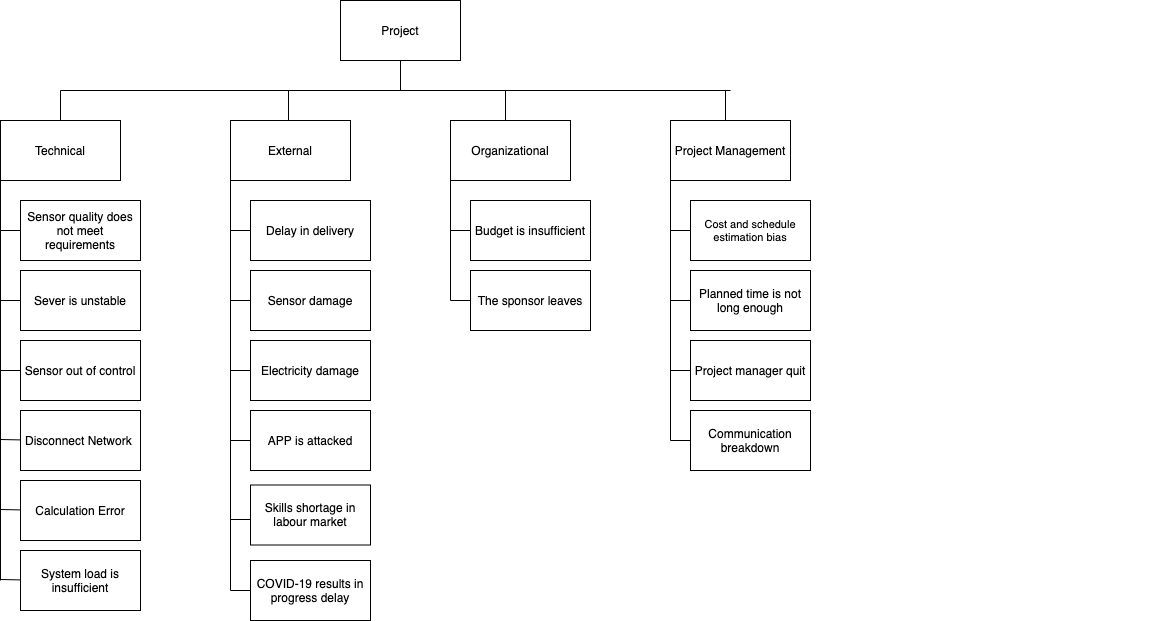
This is RBS.png from JYRoy/comp9820, a draw.io export, as it was before one commit. Source tidied: cells renumbered, new cells last; positions are measured from the earlier drawing's top-left corner, leaving out a move shared by most shapes.
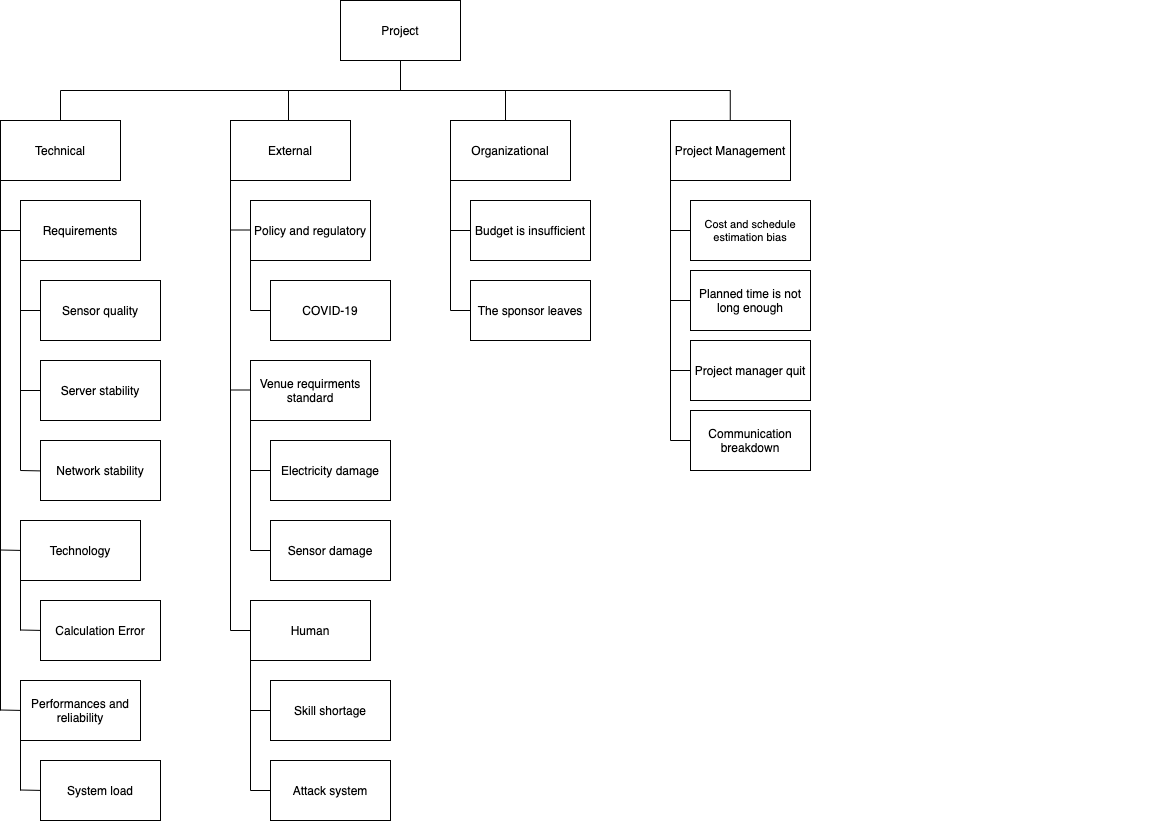
The same diagram one commit later.

Diff of the diagram source:
```diff
@@ -18,43 +18,34 @@
       <mxGeometry x="670" y="120" width="120" height="60" as="geometry" />
     </mxCell>
     <mxCell id="7" value="Sensor damage" style="rounded=0;whiteSpace=wrap;html=1;" parent="1" vertex="1">
-      <mxGeometry x="250" y="270" width="120" height="60" as="geometry" />
+      <mxGeometry x="270" y="520" width="120" height="60" as="geometry" />
     </mxCell>
-    <mxCell id="8" value="Sensor quality does not meet requirements" style="rounded=0;whiteSpace=wrap;html=1;" parent="1" vertex="1">
-      <mxGeometry x="20" y="200" width="120" height="60" as="geometry" />
+    <mxCell id="8" value="Sensor quality" style="rounded=0;whiteSpace=wrap;html=1;" parent="1" vertex="1">
+      <mxGeometry x="40" y="280" width="120" height="60" as="geometry" />
     </mxCell>
-    <mxCell id="9" value="Disconnect Network&amp;nbsp;" style="rounded=0;whiteSpace=wrap;html=1;" parent="1" vertex="1">
-      <mxGeometry x="20" y="410" width="120" height="60" as="geometry" />
+    <mxCell id="9" value="Network stability" style="rounded=0;whiteSpace=wrap;html=1;" parent="1" vertex="1">
+      <mxGeometry x="40" y="440" width="120" height="60" as="geometry" />
     </mxCell>
     <mxCell id="10" value="Calculation Error" style="rounded=0;whiteSpace=wrap;html=1;" parent="1" vertex="1">
-      <mxGeometry x="20" y="480" width="120" height="60" as="geometry" />
+      <mxGeometry x="40" y="600" width="120" height="60" as="geometry" />
     </mxCell>
-    <mxCell id="11" value="Sensor out of control" style="rounded=0;whiteSpace=wrap;html=1;" parent="1" vertex="1">
-      <mxGeometry x="20" y="340" width="120" height="60" as="geometry" />
-    </mxCell>
-    <mxCell id="12" value="Delay in delivery" style="rounded=0;whiteSpace=wrap;html=1;" parent="1" vertex="1">
-      <mxGeometry x="250" y="200" width="120" height="60" as="geometry" />
-    </mxCell>
-    <mxCell id="13" value="APP is attacked" style="rounded=0;whiteSpace=wrap;html=1;" parent="1" vertex="1">
-      <mxGeometry x="250" y="410" width="120" height="60" as="geometry" />
+    <mxCell id="13" value="Human" style="rounded=0;whiteSpace=wrap;html=1;" parent="1" vertex="1">
+      <mxGeometry x="250" y="600" width="120" height="60" as="geometry" />
     </mxCell>
     <mxCell id="14" value="Electricity damage" style="rounded=0;whiteSpace=wrap;html=1;" parent="1" vertex="1">
-      <mxGeometry x="250" y="340" width="120" height="60" as="geometry" />
+      <mxGeometry x="270" y="440" width="120" height="60" as="geometry" />
     </mxCell>
-    <mxCell id="15" value="Skills shortage in labour market" style="rounded=0;whiteSpace=wrap;html=1;" parent="1" vertex="1">
-      <mxGeometry x="250" y="484.5" width="120" height="60" as="geometry" />
-    </mxCell>
-    <mxCell id="16" value="COVID-19 results in progress delay" style="rounded=0;whiteSpace=wrap;html=1;" parent="1" vertex="1">
-      <mxGeometry x="250" y="560" width="120" height="60" as="geometry" />
+    <mxCell id="16" value="COVID-19" style="rounded=0;whiteSpace=wrap;html=1;" parent="1" vertex="1">
+      <mxGeometry x="270" y="280" width="120" height="60" as="geometry" />
     </mxCell>
     <mxCell id="17" value="Budget is insufficient" style="rounded=0;whiteSpace=wrap;html=1;" parent="1" vertex="1">
       <mxGeometry x="470" y="200" width="120" height="60" as="geometry" />
     </mxCell>
     <mxCell id="18" value="The sponsor leaves" style="rounded=0;whiteSpace=wrap;html=1;" parent="1" vertex="1">
-      <mxGeometry x="470" y="270" width="120" height="60" as="geometry" />
+      <mxGeometry x="470" y="280" width="120" height="60" as="geometry" />
     </mxCell>
-    <mxCell id="19" value="Sever is unstable" style="rounded=0;whiteSpace=wrap;html=1;" parent="1" vertex="1">
-      <mxGeometry x="20" y="270" width="120" height="60" as="geometry" />
+    <mxCell id="19" value="Server stability" style="rounded=0;whiteSpace=wrap;html=1;" parent="1" vertex="1">
+      <mxGeometry x="40" y="360" width="120" height="60" as="geometry" />
     </mxCell>
     <mxCell id="20" value="Planned time is not long enough" style="rounded=0;whiteSpace=wrap;html=1;" parent="1" vertex="1">
       <mxGeometry x="690" y="270" width="120" height="60" as="geometry" />
@@ -62,8 +53,8 @@
     <mxCell id="21" value="Project manager quit" style="rounded=0;whiteSpace=wrap;html=1;" parent="1" vertex="1">
       <mxGeometry x="690" y="340" width="120" height="60" as="geometry" />
     </mxCell>
-    <mxCell id="22" value="System load is insufficient" style="rounded=0;whiteSpace=wrap;html=1;" parent="1" vertex="1">
-      <mxGeometry x="20" y="550" width="120" height="60" as="geometry" />
+    <mxCell id="22" value="Performances and reliability" style="rounded=0;whiteSpace=wrap;html=1;" parent="1" vertex="1">
+      <mxGeometry x="20" y="680" width="120" height="60" as="geometry" />
     </mxCell>
     <mxCell id="23" value="Communication breakdown" style="rounded=0;whiteSpace=wrap;html=1;" parent="1" vertex="1">
       <mxGeometry x="690" y="410" width="120" height="60" as="geometry" />
@@ -74,21 +65,20 @@
     <mxCell id="25" value="&lt;p class=&quot;p1&quot; style=&quot;margin: 0px ; font-stretch: normal ; font-size: 11px ; line-height: normal&quot;&gt;Cost and schedule estimation bias&lt;/p&gt;" style="rounded=0;whiteSpace=wrap;html=1;" parent="1" vertex="1">
       <mxGeometry x="690" y="200" width="120" height="60" as="geometry" />
     </mxCell>
-    <mxCell id="26" style="endArrow=none;html=1;strokeColor=#000000;" parent="1" edge="1">
+    <mxCell id="26" style="endArrow=none;html=1;strokeColor=#000000;entryX=0;entryY=1;entryDx=0;entryDy=0;" parent="1" edge="1" target="3">
       <mxGeometry relative="1" as="geometry">
-        <mxPoint y="580" as="sourcePoint" />
-        <mxPoint y="180" as="targetPoint" />
+        <mxPoint y="710" as="sourcePoint" />
       </mxGeometry>
     </mxCell>
     <mxCell id="27" style="endArrow=none;html=1;strokeColor=#000000;" parent="1" edge="1">
       <mxGeometry relative="1" as="geometry">
-        <mxPoint x="230" y="590" as="sourcePoint" />
+        <mxPoint x="230" y="630" as="sourcePoint" />
         <mxPoint x="230" y="180" as="targetPoint" />
       </mxGeometry>
     </mxCell>
     <mxCell id="28" style="endArrow=none;html=1;strokeColor=#000000;" parent="1" edge="1">
       <mxGeometry relative="1" as="geometry">
-        <mxPoint x="450" y="300" as="sourcePoint" />
+        <mxPoint x="450" y="310" as="sourcePoint" />
         <mxPoint x="450" y="180" as="targetPoint" />
       </mxGeometry>
     </mxCell>
@@ -106,68 +96,50 @@
     </mxCell>
     <mxCell id="31" style="endArrow=none;html=1;strokeColor=#000000;" parent="1" edge="1">
       <mxGeometry relative="1" as="geometry">
-        <mxPoint y="300" as="sourcePoint" />
-        <mxPoint x="20" y="300" as="targetPoint" />
+        <mxPoint x="20" y="390" as="sourcePoint" />
+        <mxPoint x="40" y="390" as="targetPoint" />
       </mxGeometry>
     </mxCell>
-    <mxCell id="32" style="endArrow=none;html=1;strokeColor=#000000;" parent="1" edge="1">
-      <mxGeometry relative="1" as="geometry">
-        <mxPoint y="370" as="sourcePoint" />
-        <mxPoint x="20" y="370" as="targetPoint" />
-      </mxGeometry>
-    </mxCell>
     <mxCell id="33" style="endArrow=none;html=1;strokeColor=#000000;" parent="1" edge="1">
       <mxGeometry relative="1" as="geometry">
-        <mxPoint y="439" as="sourcePoint" />
-        <mxPoint x="20" y="439.4" as="targetPoint" />
+        <mxPoint x="20" y="470" as="sourcePoint" />
+        <mxPoint x="40" y="470.4" as="targetPoint" />
       </mxGeometry>
     </mxCell>
     <mxCell id="34" style="endArrow=none;html=1;strokeColor=#000000;" parent="1" edge="1">
       <mxGeometry relative="1" as="geometry">
-        <mxPoint y="509" as="sourcePoint" />
-        <mxPoint x="20" y="509.4" as="targetPoint" />
+        <mxPoint x="20" y="629.5" as="sourcePoint" />
+        <mxPoint x="40" y="629.9" as="targetPoint" />
       </mxGeometry>
     </mxCell>
     <mxCell id="35" style="endArrow=none;html=1;strokeColor=#000000;" parent="1" edge="1">
       <mxGeometry relative="1" as="geometry">
-        <mxPoint y="579" as="sourcePoint" />
-        <mxPoint x="20" y="579.4" as="targetPoint" />
+        <mxPoint y="709.5" as="sourcePoint" />
+        <mxPoint x="20" y="709.9" as="targetPoint" />
       </mxGeometry>
     </mxCell>
-    <mxCell id="36" style="endArrow=none;html=1;strokeColor=#000000;" parent="1" edge="1">
-      <mxGeometry relative="1" as="geometry">
-        <mxPoint x="230" y="230" as="sourcePoint" />
-        <mxPoint x="250" y="230" as="targetPoint" />
-      </mxGeometry>
-    </mxCell>
     <mxCell id="37" style="endArrow=none;html=1;strokeColor=#000000;" parent="1" edge="1">
       <mxGeometry relative="1" as="geometry">
-        <mxPoint x="230" y="300" as="sourcePoint" />
-        <mxPoint x="250" y="300" as="targetPoint" />
+        <mxPoint x="250" y="550" as="sourcePoint" />
+        <mxPoint x="270" y="550" as="targetPoint" />
       </mxGeometry>
     </mxCell>
     <mxCell id="38" style="endArrow=none;html=1;strokeColor=#000000;" parent="1" edge="1">
       <mxGeometry relative="1" as="geometry">
-        <mxPoint x="230" y="370" as="sourcePoint" />
-        <mxPoint x="250" y="370" as="targetPoint" />
+        <mxPoint x="250" y="470" as="sourcePoint" />
+        <mxPoint x="270" y="470" as="targetPoint" />
       </mxGeometry>
     </mxCell>
     <mxCell id="39" style="endArrow=none;html=1;strokeColor=#000000;" parent="1" edge="1">
       <mxGeometry relative="1" as="geometry">
-        <mxPoint x="230" y="440" as="sourcePoint" />
-        <mxPoint x="250" y="440" as="targetPoint" />
+        <mxPoint x="230" y="630" as="sourcePoint" />
+        <mxPoint x="250" y="630" as="targetPoint" />
       </mxGeometry>
     </mxCell>
-    <mxCell id="40" style="endArrow=none;html=1;strokeColor=#000000;" parent="1" edge="1">
-      <mxGeometry relative="1" as="geometry">
-        <mxPoint x="230" y="519" as="sourcePoint" />
-        <mxPoint x="250" y="519" as="targetPoint" />
-      </mxGeometry>
-    </mxCell>
     <mxCell id="41" style="endArrow=none;html=1;strokeColor=#000000;" parent="1" edge="1">
       <mxGeometry relative="1" as="geometry">
-        <mxPoint x="230" y="590" as="sourcePoint" />
-        <mxPoint x="250" y="590" as="targetPoint" />
+        <mxPoint x="250" y="310" as="sourcePoint" />
+        <mxPoint x="270" y="310" as="targetPoint" />
       </mxGeometry>
     </mxCell>
     <mxCell id="42" style="endArrow=none;html=1;strokeColor=#000000;" parent="1" edge="1">
@@ -178,8 +150,8 @@
     </mxCell>
     <mxCell id="43" style="endArrow=none;html=1;strokeColor=#000000;" parent="1" edge="1">
       <mxGeometry relative="1" as="geometry">
-        <mxPoint x="450" y="300" as="sourcePoint" />
-        <mxPoint x="470" y="300" as="targetPoint" />
+        <mxPoint x="450" y="310" as="sourcePoint" />
+        <mxPoint x="470" y="310" as="targetPoint" />
       </mxGeometry>
     </mxCell>
     <mxCell id="44" style="endArrow=none;html=1;strokeColor=#000000;" parent="1" edge="1">
@@ -225,8 +197,8 @@
     </mxCell>
     <mxCell id="51" style="endArrow=none;html=1;strokeColor=#000000;" parent="1" edge="1">
       <mxGeometry relative="1" as="geometry">
-        <mxPoint x="725" y="120" as="sourcePoint" />
-        <mxPoint x="725" y="90" as="targetPoint" />
+        <mxPoint x="729.8" y="120" as="sourcePoint" />
+        <mxPoint x="729.8" y="90" as="targetPoint" />
       </mxGeometry>
     </mxCell>
     <mxCell id="52" style="endArrow=none;html=1;strokeColor=#000000;" parent="1" edge="1">
@@ -241,5 +213,104 @@
         <mxPoint x="400" y="60" as="targetPoint" />
       </mxGeometry>
     </mxCell>
+    <mxCell id="54" value="Requirements" style="rounded=0;whiteSpace=wrap;html=1;" parent="1" vertex="1">
+      <mxGeometry x="20" y="200" width="120" height="60" as="geometry" />
+    </mxCell>
+    <mxCell id="55" style="endArrow=none;html=1;" parent="1" edge="1">
+      <mxGeometry relative="1" as="geometry">
+        <mxPoint x="20" y="470" as="sourcePoint" />
+        <mxPoint x="20" y="260" as="targetPoint" />
+      </mxGeometry>
+    </mxCell>
+    <mxCell id="56" style="endArrow=none;html=1;" parent="1" edge="1">
+      <mxGeometry relative="1" as="geometry">
+        <mxPoint x="20" y="310" as="sourcePoint" />
+        <mxPoint x="40" y="310" as="targetPoint" />
+      </mxGeometry>
+    </mxCell>
+    <mxCell id="57" value="Technology" style="rounded=0;whiteSpace=wrap;html=1;" parent="1" vertex="1">
+      <mxGeometry x="20" y="520" width="120" height="60" as="geometry" />
+    </mxCell>
+    <mxCell id="58" style="endArrow=none;html=1;strokeColor=#000000;" parent="1" edge="1">
+      <mxGeometry relative="1" as="geometry">
+        <mxPoint y="549.5" as="sourcePoint" />
+        <mxPoint x="20" y="549.9" as="targetPoint" />
+      </mxGeometry>
+    </mxCell>
+    <mxCell id="59" style="endArrow=none;html=1;" parent="1" edge="1">
+      <mxGeometry relative="1" as="geometry">
+        <mxPoint x="20" y="630" as="sourcePoint" />
+        <mxPoint x="20" y="580" as="targetPoint" />
+      </mxGeometry>
+    </mxCell>
+    <mxCell id="60" value="System load" style="rounded=0;whiteSpace=wrap;html=1;" parent="1" vertex="1">
+      <mxGeometry x="40" y="760" width="120" height="60" as="geometry" />
+    </mxCell>
+    <mxCell id="61" style="endArrow=none;html=1;" parent="1" edge="1">
+      <mxGeometry relative="1" as="geometry">
+        <mxPoint x="20" y="790" as="sourcePoint" />
+        <mxPoint x="20" y="740" as="targetPoint" />
+      </mxGeometry>
+    </mxCell>
+    <mxCell id="62" style="endArrow=none;html=1;strokeColor=#000000;" parent="1" edge="1">
+      <mxGeometry relative="1" as="geometry">
+        <mxPoint x="20" y="789.5" as="sourcePoint" />
+        <mxPoint x="40" y="789.9" as="targetPoint" />
+      </mxGeometry>
+    </mxCell>
+    <mxCell id="63" value="Policy and regulatory" style="rounded=0;whiteSpace=wrap;html=1;" parent="1" vertex="1">
+      <mxGeometry x="250" y="200" width="120" height="60" as="geometry" />
+    </mxCell>
+    <mxCell id="64" style="endArrow=none;html=1;" parent="1" edge="1">
+      <mxGeometry relative="1" as="geometry">
+        <mxPoint x="230" y="229.5" as="sourcePoint" />
+        <mxPoint x="250" y="229.5" as="targetPoint" />
+      </mxGeometry>
+    </mxCell>
+    <mxCell id="65" style="endArrow=none;html=1;" parent="1" edge="1">
+      <mxGeometry relative="1" as="geometry">
+        <mxPoint x="250" y="310" as="sourcePoint" />
+        <mxPoint x="250" y="260" as="targetPoint" />
+      </mxGeometry>
+    </mxCell>
+    <mxCell id="66" value="Skill shortage" style="rounded=0;whiteSpace=wrap;html=1;" parent="1" vertex="1">
+      <mxGeometry x="270" y="680" width="120" height="60" as="geometry" />
+    </mxCell>
+    <mxCell id="67" style="endArrow=none;html=1;strokeColor=#000000;" parent="1" edge="1">
+      <mxGeometry relative="1" as="geometry">
+        <mxPoint x="250" y="710" as="sourcePoint" />
+        <mxPoint x="270" y="710" as="targetPoint" />
+      </mxGeometry>
+    </mxCell>
+    <mxCell id="68" value="Venue requirments standard" style="rounded=0;whiteSpace=wrap;html=1;" parent="1" vertex="1">
+      <mxGeometry x="250" y="360" width="120" height="60" as="geometry" />
+    </mxCell>
+    <mxCell id="69" style="endArrow=none;html=1;" parent="1" edge="1">
+      <mxGeometry relative="1" as="geometry">
+        <mxPoint x="230" y="389.5" as="sourcePoint" />
+        <mxPoint x="250" y="389.5" as="targetPoint" />
+      </mxGeometry>
+    </mxCell>
+    <mxCell id="70" style="endArrow=none;html=1;" parent="1" edge="1">
+      <mxGeometry relative="1" as="geometry">
+        <mxPoint x="250" y="550" as="sourcePoint" />
+        <mxPoint x="250" y="420" as="targetPoint" />
+      </mxGeometry>
+    </mxCell>
+    <mxCell id="71" style="endArrow=none;html=1;" parent="1" edge="1">
+      <mxGeometry relative="1" as="geometry">
+        <mxPoint x="250" y="790" as="sourcePoint" />
+        <mxPoint x="250" y="660" as="targetPoint" />
+      </mxGeometry>
+    </mxCell>
+    <mxCell id="72" value="Attack system" style="rounded=0;whiteSpace=wrap;html=1;" parent="1" vertex="1">
+      <mxGeometry x="270" y="760" width="120" height="60" as="geometry" />
+    </mxCell>
+    <mxCell id="73" style="endArrow=none;html=1;strokeColor=#000000;" parent="1" edge="1">
+      <mxGeometry relative="1" as="geometry">
+        <mxPoint x="250" y="790" as="sourcePoint" />
+        <mxPoint x="270" y="790" as="targetPoint" />
+      </mxGeometry>
+    </mxCell>
   </root>
 </mxGraphModel>
```
